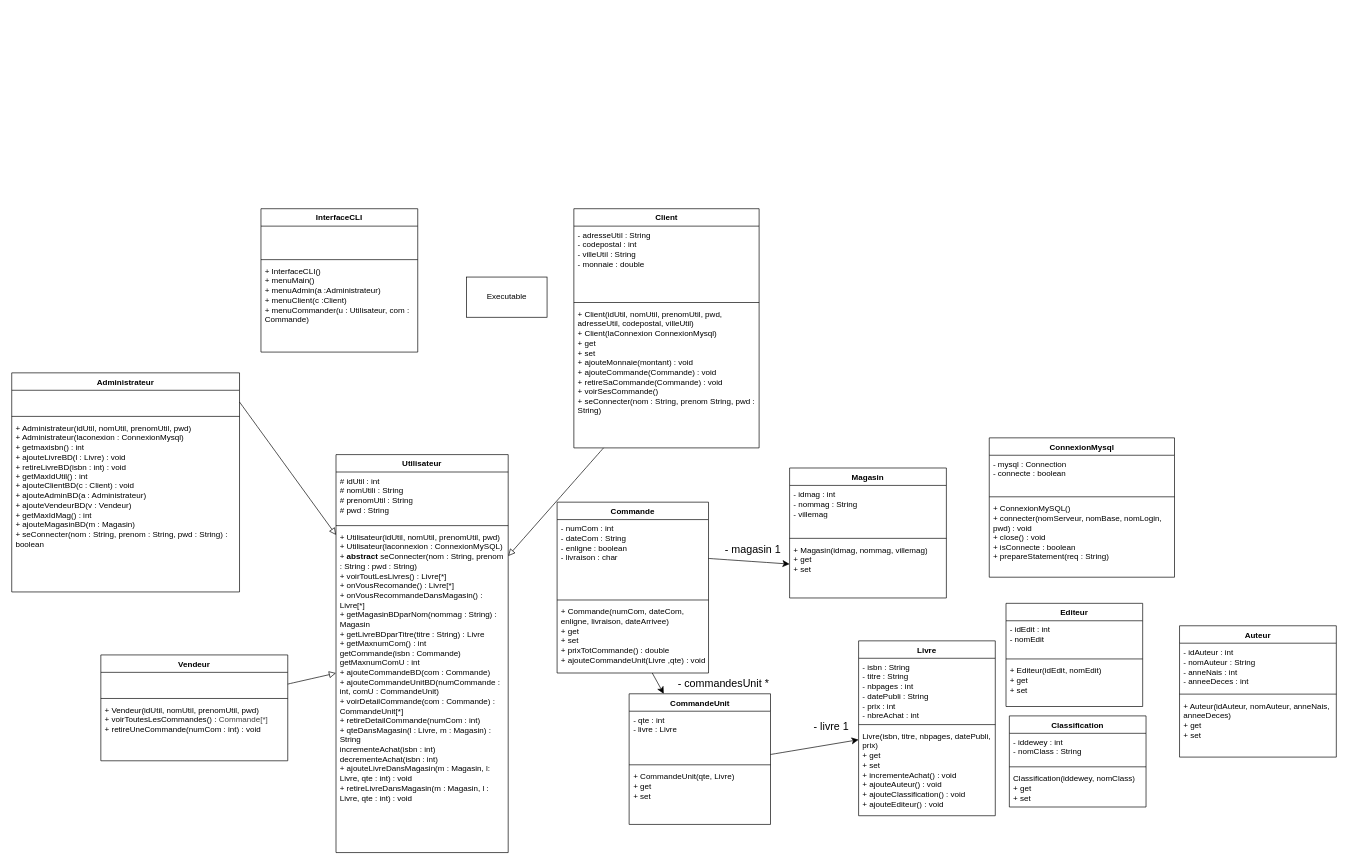
BastienMonet/SAEjava2.03 keeps this draw.io diagram as UML.drawio. Above is the earlier version. Source tidied: cells renumbered, new cells numbered last; positions are measured from the earlier drawing's top-left corner, leaving out a move shared by most shapes. Both pictures are drawn from the tidied source at 67%, with x=0, y=0 at pixel (11, 208).
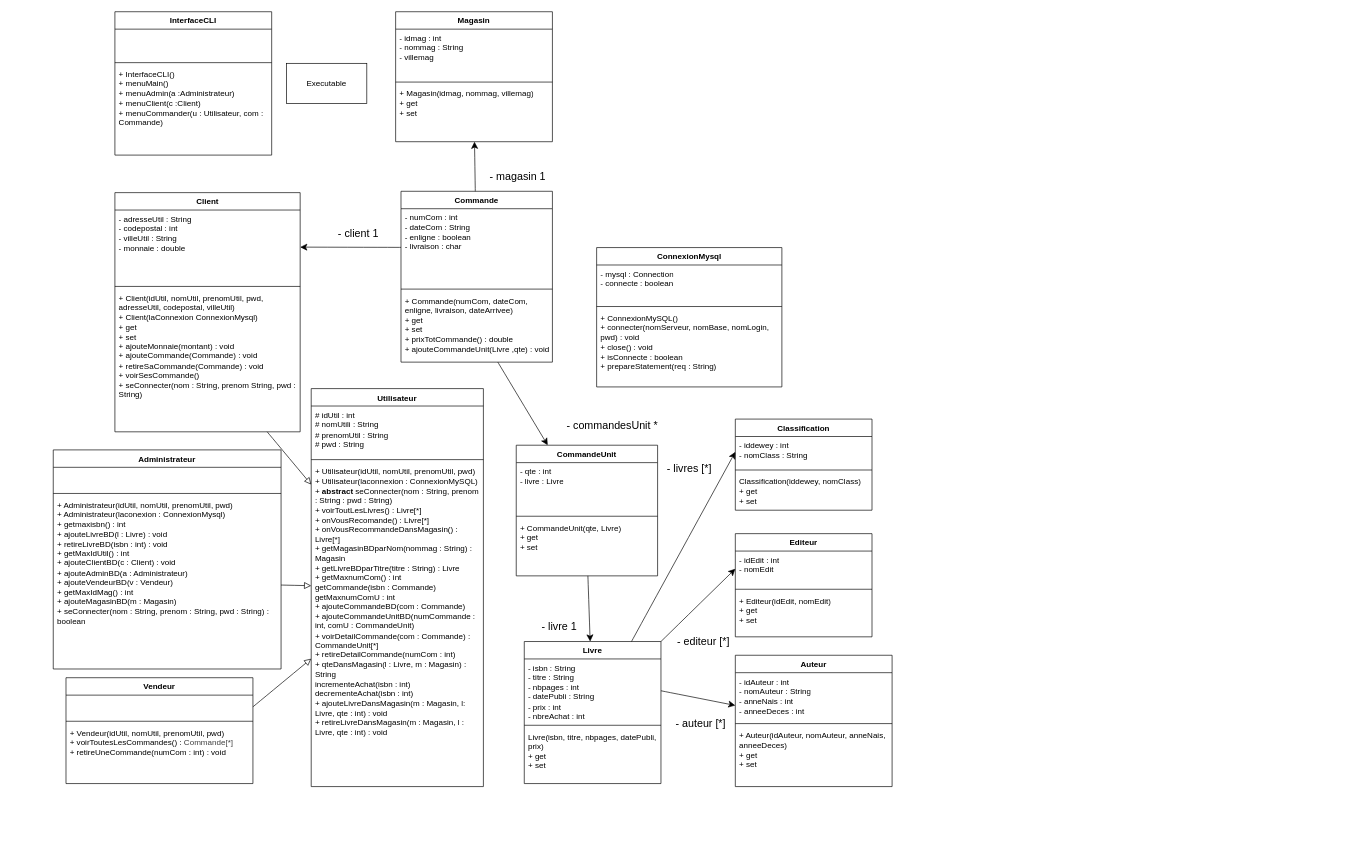
The same diagram, later.

The change refers to these unchanged cells:
```xml
<mxCell id="7" value="&lt;div&gt;- isbn : String&lt;/div&gt;&lt;div&gt;- titre : String&lt;/div&gt;&lt;div&gt;- nbpages : int&lt;/div&gt;&lt;div&gt;- datePubli : String&lt;/div&gt;&lt;div&gt;- prix : int&lt;/div&gt;&lt;div&gt;- nbreAchat : int&lt;/div&gt;" style="text;strokeColor=none;fillColor=none;align=left;verticalAlign=top;spacingLeft=4;spacingRight=4;overflow=hidden;points=[[0,0.5],[1,0.5]];portConstraint=eastwest;whiteSpace=wrap;html=1;" parent="6" vertex="1">
  <mxGeometry y="26" width="204" height="95" as="geometry" />
</mxCell>
<mxCell id="12" value="&lt;div&gt;- numCom : int&lt;/div&gt;&lt;div&gt;- dateCom : String&lt;/div&gt;&lt;div&gt;- enligne : boolean&lt;/div&gt;&lt;div&gt;- livraison : char&lt;/div&gt;&lt;div&gt;&lt;br&gt;&lt;/div&gt;" style="text;strokeColor=none;fillColor=none;align=left;verticalAlign=top;spacingLeft=4;spacingRight=4;overflow=hidden;points=[[0,0.5],[1,0.5]];portConstraint=eastwest;whiteSpace=wrap;html=1;" parent="11" vertex="1">
  <mxGeometry y="26" width="226" height="116" as="geometry" />
</mxCell>
<mxCell id="16" value="&lt;div&gt;- idEdit : int&lt;/div&gt;&lt;div&gt;- nomEdit&lt;/div&gt;" style="text;strokeColor=none;fillColor=none;align=left;verticalAlign=top;spacingLeft=4;spacingRight=4;overflow=hidden;points=[[0,0.5],[1,0.5]];portConstraint=eastwest;whiteSpace=wrap;html=1;" parent="15" vertex="1">
  <mxGeometry y="26" width="204" height="53" as="geometry" />
</mxCell>
<mxCell id="24" value="&lt;div&gt;- iddewey : int&lt;/div&gt;&lt;div&gt;- nomClass : String&lt;/div&gt;" style="text;strokeColor=none;fillColor=none;align=left;verticalAlign=top;spacingLeft=4;spacingRight=4;overflow=hidden;points=[[0,0.5],[1,0.5]];portConstraint=eastwest;whiteSpace=wrap;html=1;" parent="23" vertex="1">
  <mxGeometry y="26" width="204" height="46" as="geometry" />
</mxCell>
<mxCell id="30" value="&lt;div&gt;&lt;div&gt;+ Magasin(idmag, nommag, villemag)&lt;/div&gt;&lt;div&gt;+ get&lt;/div&gt;&lt;div&gt;+ set&lt;/div&gt;&lt;/div&gt;" style="text;strokeColor=none;fillColor=none;align=left;verticalAlign=top;spacingLeft=4;spacingRight=4;overflow=hidden;points=[[0,0.5],[1,0.5]];portConstraint=eastwest;whiteSpace=wrap;html=1;" parent="27" vertex="1">
  <mxGeometry y="109" width="234" height="85" as="geometry" />
</mxCell>
<mxCell id="32" value="&lt;div&gt;- adresseUtil : String&lt;/div&gt;&lt;div&gt;- codepostal : int&lt;/div&gt;&lt;div&gt;- villeUtil : String &lt;br&gt;&lt;/div&gt;&lt;div&gt;- monnaie : double&lt;/div&gt;" style="text;strokeColor=none;fillColor=none;align=left;verticalAlign=top;spacingLeft=4;spacingRight=4;overflow=hidden;points=[[0,0.5],[1,0.5]];portConstraint=eastwest;whiteSpace=wrap;html=1;" parent="31" vertex="1">
  <mxGeometry y="26" width="276.5" height="110" as="geometry" />
</mxCell>
<mxCell id="36" value="&lt;div&gt;&lt;br&gt;&lt;/div&gt;&lt;div&gt;&lt;br&gt;&lt;/div&gt;&lt;div&gt;&lt;br&gt;&lt;/div&gt;" style="text;strokeColor=none;fillColor=none;align=left;verticalAlign=top;spacingLeft=4;spacingRight=4;overflow=hidden;points=[[0,0.5],[1,0.5]];portConstraint=eastwest;whiteSpace=wrap;html=1;" parent="35" vertex="1">
  <mxGeometry y="26" width="340" height="35" as="geometry" />
</mxCell>
<mxCell id="38" value="&lt;div&gt;+ Administrateur(idUtil, nomUtil, prenomUtil, pwd)&lt;/div&gt;&lt;div&gt;+ Administrateur(laconexion : ConnexionMysql)&lt;/div&gt;&lt;div&gt;+ getmaxisbn() : int&lt;/div&gt;&lt;div&gt;+ ajouteLivreBD(l : Livre) : void&lt;/div&gt;&lt;div&gt;+ retireLivreBD(isbn : int) : void&lt;/div&gt;&lt;div&gt;+ getMaxIdUtil() : int&lt;/div&gt;&lt;div&gt;+ ajouteClientBD(c : Client) : void&lt;/div&gt;&lt;div&gt;+ ajouteAdminBD(a : Administrateur)&lt;/div&gt;&lt;div&gt;+ ajouteVendeurBD(v : Vendeur)&lt;/div&gt;&lt;div&gt;+ getMaxIdMag() : int&lt;/div&gt;&lt;div&gt;+ ajouteMagasinBD(m : Magasin)&lt;/div&gt;&lt;div&gt;&lt;span style=&quot;background-color: transparent;&quot;&gt;+ seConnecter(nom : String, prenom : String, pwd : String) : boolean&lt;/span&gt;&lt;/div&gt;&lt;div&gt;&lt;br&gt;&lt;/div&gt;" style="text;strokeColor=none;fillColor=none;align=left;verticalAlign=top;spacingLeft=4;spacingRight=4;overflow=hidden;points=[[0,0.5],[1,0.5]];portConstraint=eastwest;whiteSpace=wrap;html=1;" parent="35" vertex="1">
  <mxGeometry y="69" width="340" height="258" as="geometry" />
</mxCell>
<mxCell id="42" value="&lt;div&gt;&lt;span style=&quot;background-color: transparent;&quot;&gt;- qte : int&lt;/span&gt;&lt;/div&gt;&lt;div&gt;&lt;span style=&quot;background-color: transparent;&quot;&gt;- livre : Livre&lt;/span&gt;&lt;/div&gt;" style="text;strokeColor=none;fillColor=none;align=left;verticalAlign=top;spacingLeft=4;spacingRight=4;overflow=hidden;points=[[0,0.5],[1,0.5]];portConstraint=eastwest;whiteSpace=wrap;html=1;" parent="41" vertex="1">
  <mxGeometry y="26" width="211" height="76" as="geometry" />
</mxCell>
<mxCell id="44" value="&lt;div&gt;+ CommandeUnit(qte, Livre)&lt;/div&gt;&lt;div&gt;+ get&lt;/div&gt;&lt;div&gt;+ set&lt;/div&gt;" style="text;strokeColor=none;fillColor=none;align=left;verticalAlign=top;spacingLeft=4;spacingRight=4;overflow=hidden;points=[[0,0.5],[1,0.5]];portConstraint=eastwest;whiteSpace=wrap;html=1;" parent="41" vertex="1">
  <mxGeometry y="110" width="211" height="85" as="geometry" />
</mxCell>
```

What changed in the source:
```diff
@@
     <mxCell id="2" value="Utilisateur" style="swimlane;fontStyle=1;align=center;verticalAlign=top;horizontal=1;startSize=26;whiteSpace=wrap;html=1;" parent="1" vertex="1">
-      <mxGeometry x="484" y="367" width="257" height="594" as="geometry" />
+      <mxGeometry x="447" y="268.5" width="257" height="594" as="geometry" />
     </mxCell>
@@
     <mxCell id="6" value="Livre" style="swimlane;fontStyle=1;align=center;verticalAlign=top;horizontal=1;startSize=26;whiteSpace=wrap;html=1;" parent="1" vertex="1">
-      <mxGeometry x="1264" y="645" width="204" height="261" as="geometry" />
+      <mxGeometry x="765" y="646" width="204" height="212" as="geometry" />
     </mxCell>
@@
-    <mxCell id="9" value="&lt;div&gt;Livre(isbn, titre, nbpages, datePubli, prix)&lt;/div&gt;&lt;div&gt;+ get&lt;/div&gt;&lt;div&gt;+ set&lt;/div&gt;&lt;div&gt;+ incrementeAchat() : void&lt;/div&gt;&lt;div&gt;+ ajouteAuteur() : void&lt;/div&gt;&lt;div&gt;+ ajouteClassification() : void&lt;/div&gt;&lt;div&gt;+ ajouteEditeur() : void&lt;/div&gt;" style="text;strokeColor=none;fillColor=none;align=left;verticalAlign=top;spacingLeft=4;spacingRight=4;overflow=hidden;whiteSpace=wrap;html=1;" parent="6" vertex="1">
-      <mxGeometry y="129" width="204" height="132" as="geometry" />
+    <mxCell id="9" value="&lt;div&gt;Livre(isbn, titre, nbpages, datePubli, prix)&lt;/div&gt;&lt;div&gt;+ get&lt;/div&gt;&lt;div&gt;+ set&lt;/div&gt;" style="text;strokeColor=none;fillColor=none;align=left;verticalAlign=top;spacingLeft=4;spacingRight=4;overflow=hidden;whiteSpace=wrap;html=1;" parent="6" vertex="1">
+      <mxGeometry y="129" width="204" height="83" as="geometry" />
     </mxCell>
@@
     <mxCell id="11" value="Commande" style="swimlane;fontStyle=1;align=center;verticalAlign=top;horizontal=1;startSize=26;whiteSpace=wrap;html=1;" parent="1" vertex="1">
-      <mxGeometry x="814" y="438" width="226" height="255" as="geometry" />
+      <mxGeometry x="581" y="-26" width="226" height="255" as="geometry" />
     </mxCell>
@@
     <mxCell id="15" value="Editeur" style="swimlane;fontStyle=1;align=center;verticalAlign=top;horizontal=1;startSize=26;whiteSpace=wrap;html=1;" parent="1" vertex="1">
-      <mxGeometry x="1484" y="589" width="204" height="154" as="geometry" />
+      <mxGeometry x="1080" y="485" width="204" height="154" as="geometry" />
     </mxCell>
@@
     <mxCell id="19" value="Auteur" style="swimlane;fontStyle=1;align=center;verticalAlign=top;horizontal=1;startSize=26;whiteSpace=wrap;html=1;" parent="1" vertex="1">
-      <mxGeometry x="1743" y="622.5" width="234" height="196" as="geometry" />
+      <mxGeometry x="1080" y="666.5" width="234" height="196" as="geometry" />
     </mxCell>
@@
     <mxCell id="23" value="Classification" style="swimlane;fontStyle=1;align=center;verticalAlign=top;horizontal=1;startSize=26;whiteSpace=wrap;html=1;" parent="1" vertex="1">
-      <mxGeometry x="1489" y="757" width="204" height="136" as="geometry" />
+      <mxGeometry x="1080" y="314" width="204" height="136" as="geometry" />
     </mxCell>
@@
     <mxCell id="27" value="Magasin" style="swimlane;fontStyle=1;align=center;verticalAlign=top;horizontal=1;startSize=26;whiteSpace=wrap;html=1;" parent="1" vertex="1">
-      <mxGeometry x="1161" y="387" width="234" height="194" as="geometry" />
+      <mxGeometry x="573" y="-294" width="234" height="194" as="geometry" />
     </mxCell>
@@
     <mxCell id="31" value="Client" style="swimlane;fontStyle=1;align=center;verticalAlign=top;horizontal=1;startSize=26;whiteSpace=wrap;html=1;" parent="1" vertex="1">
-      <mxGeometry x="839" width="276.5" height="357" as="geometry" />
+      <mxGeometry x="154" y="-24" width="276.5" height="357" as="geometry" />
     </mxCell>
@@
     <mxCell id="35" value="Administrateur" style="swimlane;fontStyle=1;align=center;verticalAlign=top;horizontal=1;startSize=26;whiteSpace=wrap;html=1;" parent="1" vertex="1">
-      <mxGeometry y="245" width="340" height="327" as="geometry" />
+      <mxGeometry x="62" y="360" width="340" height="327" as="geometry" />
     </mxCell>
@@
-    <mxCell id="39" style="edgeStyle=none;curved=1;rounded=0;jettySize=auto;html=1;exitX=1;exitY=0.5;exitDx=0;exitDy=0;fontSize=12;startSize=8;endSize=8;" parent="1" edge="1" source="12" target="30">
+    <mxCell id="39" style="edgeStyle=none;curved=1;rounded=0;jettySize=auto;html=1;fontSize=12;startSize=8;endSize=8;" parent="1" edge="1" source="11" target="30">
       <mxGeometry relative="1" as="geometry" />
     </mxCell>
-    <mxCell id="40" value="- magasin 1" style="text;html=1;align=center;verticalAlign=middle;strokeColor=none;fillColor=none;fontSize=16;" parent="1" vertex="1">
-      <mxGeometry x="1055" y="492" width="102" height="31" as="geometry" />
+    <mxCell id="40" value="&lt;span style=&quot;color: rgb(0, 0, 0);&quot;&gt;- client&lt;/span&gt;&lt;span style=&quot;background-color: transparent;&quot;&gt;&amp;nbsp;1&lt;/span&gt;" style="text;html=1;align=center;verticalAlign=middle;strokeColor=none;fillColor=none;fontSize=16;" parent="1" vertex="1">
+      <mxGeometry x="478" y="21" width="78" height="31" as="geometry" />
     </mxCell>
     <mxCell id="41" value="CommandeUnit" style="swimlane;fontStyle=1;align=center;verticalAlign=top;horizontal=1;startSize=26;whiteSpace=wrap;html=1;" parent="1" vertex="1">
-      <mxGeometry x="921.5" y="724" width="211" height="195" as="geometry" />
+      <mxGeometry x="753" y="353" width="211" height="195" as="geometry" />
     </mxCell>
@@
-    <mxCell id="46" style="edgeStyle=none;curved=1;rounded=0;jettySize=auto;html=1;exitX=1;exitY=0.5;exitDx=0;exitDy=0;fontSize=12;startSize=8;endSize=8;endArrow=block;endFill=0;" parent="1" edge="1" source="36" target="2">
+    <mxCell id="46" style="edgeStyle=none;curved=1;rounded=0;jettySize=auto;html=1;fontSize=12;startSize=8;endSize=8;endArrow=block;endFill=0;" parent="1" edge="1" source="38" target="2">
       <mxGeometry relative="1" as="geometry" />
     </mxCell>
     <mxCell id="47" value="Vendeur" style="swimlane;fontStyle=1;align=center;verticalAlign=top;horizontal=1;startSize=26;whiteSpace=wrap;html=1;" parent="1" vertex="1">
-      <mxGeometry x="133" y="666" width="279" height="158" as="geometry" />
+      <mxGeometry x="81" y="700" width="279" height="158" as="geometry" />
     </mxCell>
@@
-    <mxCell id="52" style="edgeStyle=none;curved=1;rounded=0;jettySize=auto;html=1;fontSize=12;startSize=8;endSize=8;exitX=1;exitY=0.85;exitDx=0;exitDy=0;exitPerimeter=0;" parent="1" edge="1" source="42" target="6">
+    <mxCell id="52" style="edgeStyle=none;curved=1;rounded=0;jettySize=auto;html=1;fontSize=12;startSize=8;endSize=8;" parent="1" edge="1" source="44" target="6">
       <mxGeometry relative="1" as="geometry" />
     </mxCell>
     <mxCell id="53" value="- livre 1" style="text;html=1;align=center;verticalAlign=middle;strokeColor=none;fillColor=none;fontSize=16;" parent="1" vertex="1">
-      <mxGeometry x="1188" y="757" width="70" height="31" as="geometry" />
+      <mxGeometry x="782" y="608" width="70" height="31" as="geometry" />
     </mxCell>
     <mxCell id="54" value="- commandesUnit *" style="text;html=1;align=center;verticalAlign=middle;strokeColor=none;fillColor=none;fontSize=16;" parent="1" vertex="1">
-      <mxGeometry x="985" y="693" width="154" height="31" as="geometry" />
+      <mxGeometry x="819" y="307.5" width="154" height="31" as="geometry" />
     </mxCell>
     <mxCell id="55" value="Executable" style="rounded=0;whiteSpace=wrap;html=1;" parent="1" vertex="1">
-      <mxGeometry x="679" y="102" width="120" height="60" as="geometry" />
+      <mxGeometry x="410" y="-217" width="120" height="60" as="geometry" />
     </mxCell>
     <mxCell id="56" value="ConnexionMysql" style="swimlane;fontStyle=1;align=center;verticalAlign=top;horizontal=1;startSize=26;whiteSpace=wrap;html=1;" parent="1" vertex="1">
-      <mxGeometry x="1459" y="342" width="276.5" height="208" as="geometry" />
+      <mxGeometry x="873" y="58" width="276.5" height="208" as="geometry" />
     </mxCell>
@@
     <mxCell id="60" value="InterfaceCLI" style="swimlane;fontStyle=1;align=center;verticalAlign=top;horizontal=1;startSize=26;whiteSpace=wrap;html=1;" parent="1" vertex="1">
-      <mxGeometry x="372" width="234" height="214" as="geometry" />
+      <mxGeometry x="154" y="-294" width="234" height="214" as="geometry" />
     </mxCell>
@@
+    <mxCell id="64" style="edgeStyle=none;curved=1;rounded=0;jettySize=auto;html=1;fontSize=12;startSize=8;endSize=8;" parent="1" edge="1" source="12" target="32">
+      <mxGeometry relative="1" as="geometry" />
+    </mxCell>
+    <mxCell id="65" value="&lt;span style=&quot;color: rgb(0, 0, 0);&quot;&gt;- magasin 1&lt;/span&gt;" style="text;html=1;align=center;verticalAlign=middle;strokeColor=none;fillColor=none;fontSize=16;" parent="1" vertex="1">
+      <mxGeometry x="704" y="-64" width="102" height="31" as="geometry" />
+    </mxCell>
+    <mxCell id="66" style="edgeStyle=none;curved=1;rounded=0;jettySize=auto;html=1;fontSize=12;startSize=8;endSize=8;entryX=0;entryY=0.5;entryDx=0;entryDy=0;" parent="1" edge="1" source="6" target="24">
+      <mxGeometry relative="1" as="geometry" />
+    </mxCell>
+    <mxCell id="67" style="edgeStyle=none;curved=1;rounded=0;jettySize=auto;html=1;fontSize=12;startSize=8;endSize=8;entryX=0;entryY=0.5;entryDx=0;entryDy=0;exitX=1;exitY=0;exitDx=0;exitDy=0;" parent="1" edge="1" source="6" target="16">
+      <mxGeometry relative="1" as="geometry" />
+    </mxCell>
+    <mxCell id="68" style="edgeStyle=none;curved=1;rounded=0;jettySize=auto;html=1;fontSize=12;startSize=8;endSize=8;exitX=1;exitY=0.5;exitDx=0;exitDy=0;" parent="1" edge="1" source="7" target="19">
+      <mxGeometry relative="1" as="geometry" />
+    </mxCell>
+    <mxCell id="69" value="- livres [*]" style="text;html=1;align=center;verticalAlign=middle;strokeColor=none;fillColor=none;fontSize=16;" parent="1" vertex="1">
+      <mxGeometry x="968.8" y="372" width="85" height="31" as="geometry" />
+    </mxCell>
+    <mxCell id="70" value="- auteur [*]" style="text;html=1;align=center;verticalAlign=middle;strokeColor=none;fillColor=none;fontSize=16;" parent="1" vertex="1">
+      <mxGeometry x="981" y="752" width="93" height="31" as="geometry" />
+    </mxCell>
+    <mxCell id="71" value="- editeur [*]" style="text;html=1;align=center;verticalAlign=middle;strokeColor=none;fillColor=none;fontSize=16;" parent="1" vertex="1">
+      <mxGeometry x="984" y="630" width="96" height="31" as="geometry" />
+    </mxCell>
```
